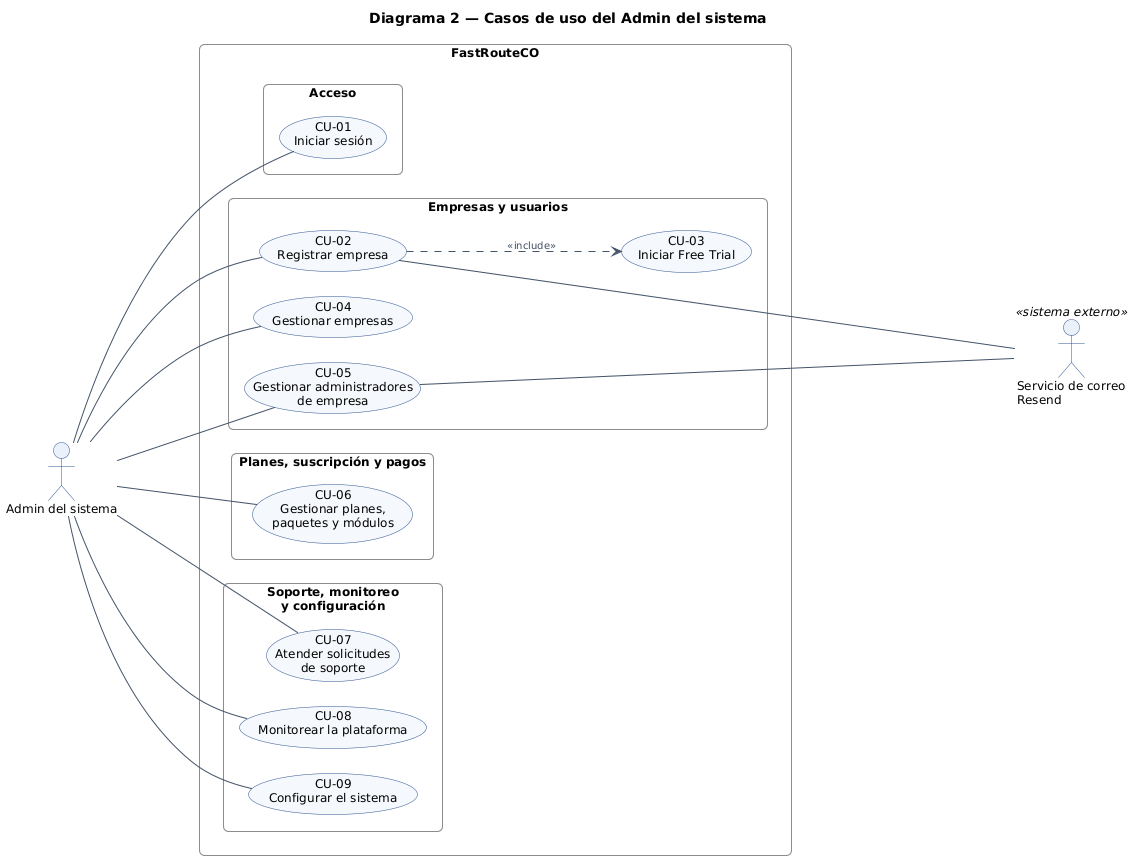
The PlantUML diagram docs/casos-de-uso/admin-sistema.png in JuanBallares03/Electiva-CPC, before a commit. The source it was exported from:
```plantuml
@startuml
left to right direction
skinparam backgroundColor white
skinparam defaultFontName Arial
skinparam defaultFontSize 12
skinparam shadowing false
skinparam packageStyle rectangle
skinparam roundCorner 10
skinparam nodesep 25
skinparam ranksep 130
skinparam ArrowColor #44546A
skinparam ArrowFontSize 10
skinparam ArrowFontColor #44546A
skinparam actor {
  BorderColor #2F5597
  BackgroundColor #EAF1FB
}
skinparam usecase {
  BackgroundColor #F5F8FC
  BorderColor #2F5597
}
skinparam rectangle {
  BorderColor #404040
  BackgroundColor white
  FontStyle bold
}
skinparam package {
  BorderColor #8C8C8C
  BackgroundColor #FAFAFA
  FontStyle bold
  FontSize 11
}
skinparam note {
  BackgroundColor #FFFDE7
  BorderColor #B0A060
}

title Diagrama 2 — Casos de uso del Admin del sistema

actor "Admin del sistema" as Admin
rectangle "FastRouteCO" as Sistema {
  package "Acceso" as PAcc {
    usecase "CU-01\nIniciar sesión" as CU01
  }
  package "Empresas y usuarios" as PEmp {
    usecase "CU-02\nRegistrar empresa" as CU02
    usecase "CU-03\nIniciar Free Trial" as CU03
    usecase "CU-04\nGestionar empresas" as CU04
    usecase "CU-05\nGestionar administradores\nde empresa" as CU05
  }
  package "Planes, suscripción y pagos" as PPla {
    usecase "CU-06\nGestionar planes,\npaquetes y módulos" as CU06
  }
  package "Soporte, monitoreo\ny configuración" as PSop {
    usecase "CU-07\nAtender solicitudes\nde soporte" as CU07
    usecase "CU-08\nMonitorear la plataforma" as CU08
    usecase "CU-09\nConfigurar el sistema" as CU09
  }
}
actor "Servicio de correo\nResend" as Correo <<sistema externo>>

Admin -- CU01
Admin -- CU02
Admin -- CU04
Admin -- CU05
Admin -- CU06
Admin -- CU07
Admin -- CU08
Admin -- CU09
CU02 ..> CU03 : <<include>>

CU02 ---- Correo
CU05 ---- Correo
@enduml
```
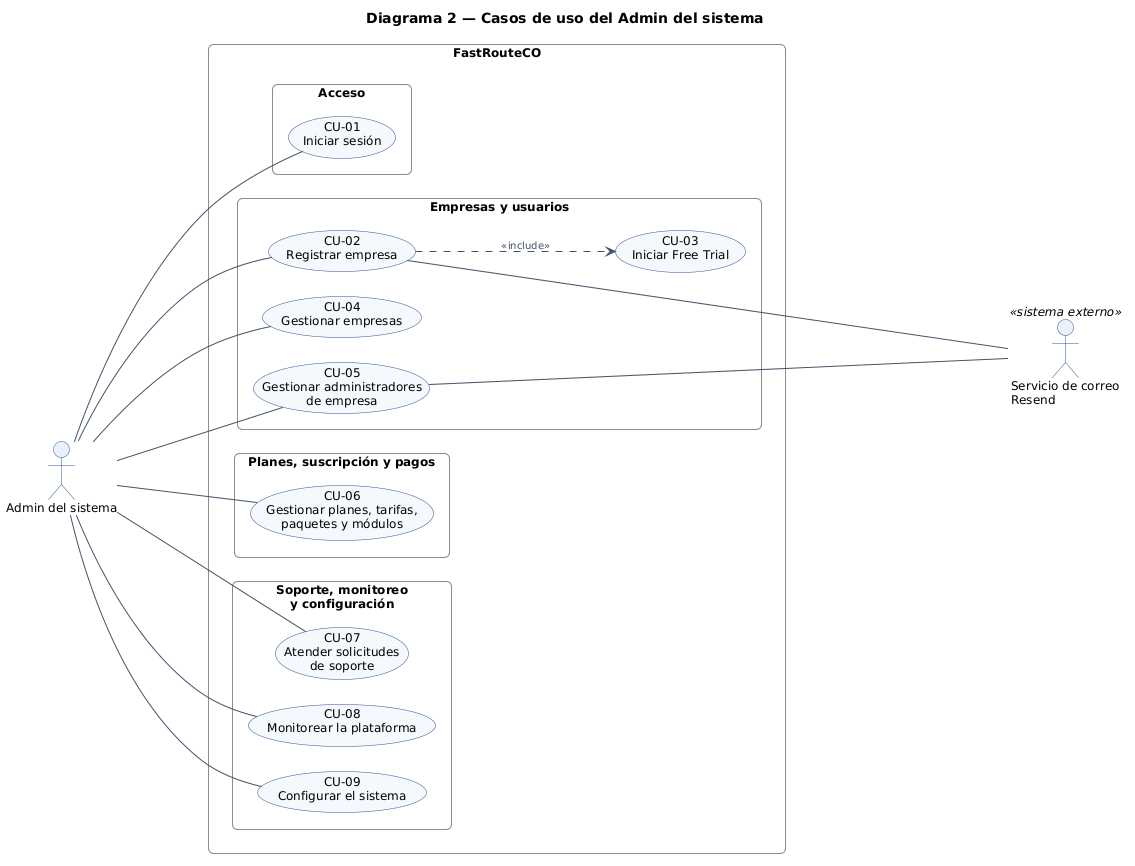
After the change.

Change to the diagram source:
```diff
@@ -49,7 +49,7 @@
     usecase "CU-05\nGestionar administradores\nde empresa" as CU05
   }
   package "Planes, suscripción y pagos" as PPla {
-    usecase "CU-06\nGestionar planes,\npaquetes y módulos" as CU06
+    usecase "CU-06\nGestionar planes, tarifas,\npaquetes y módulos" as CU06
   }
   package "Soporte, monitoreo\ny configuración" as PSop {
     usecase "CU-07\nAtender solicitudes\nde soporte" as CU07
```
